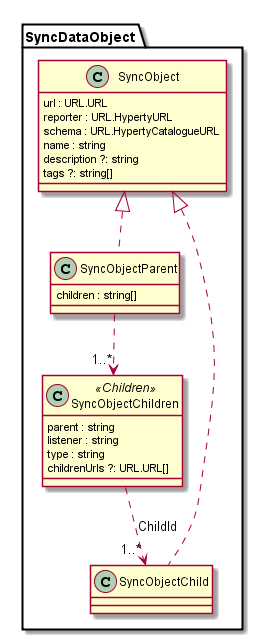
This is docs/datamodel/data-objects/data-synch/SyncDataObject.png from reTHINK-project/dev-service-framework, a PlantUML export, as it was before one commit.
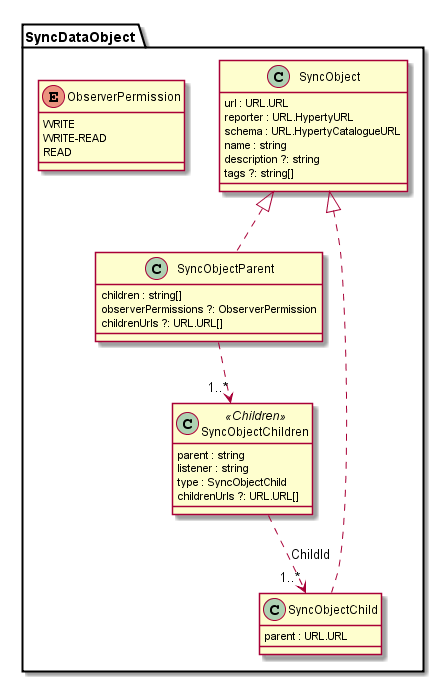
Later version of the same file.

Commit message:
Updated the SyncDataObject model with ObserverPermission enum and the possibility to have SyncObjectParent only with SyncObjectChild without SyncObjectChildren

The edit, as a diff of the source:
```diff
@@ -13,16 +13,25 @@
 
 	class SyncObjectParent {
 		children : string[]
+		observerPermissions ?: ObserverPermission
+		childrenUrls ?: URL.URL[]
 	}
 
 	class SyncObjectChildren <<Children>> {
 		parent : string
 		listener : string
-		type : string
+		type : SyncObjectChild
 		childrenUrls ?: URL.URL[]
 	}
 
 	class SyncObjectChild {
+	parent : URL.URL
+	}
+
+	enum ObserverPermission {
+	WRITE
+	WRITE-READ
+	READ
 	}
 
 	SyncObjectParent .up.|> SyncObject
```
